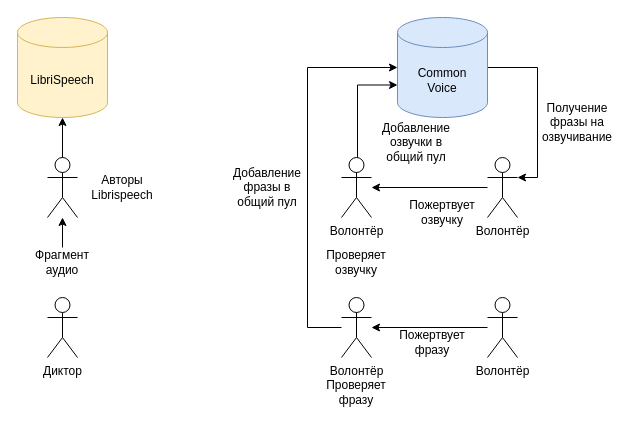
Before: images/drawio/LS_CV.drawio in Tomas542/Thesis, a draw.io diagram. Source tidied: cells renumbered, new cells numbered last; positions are measured from the earlier drawing's top-left corner, leaving out a move shared by most shapes. Both pictures are drawn from the tidied source at 100%, with x=0, y=0 at pixel (17, 17).
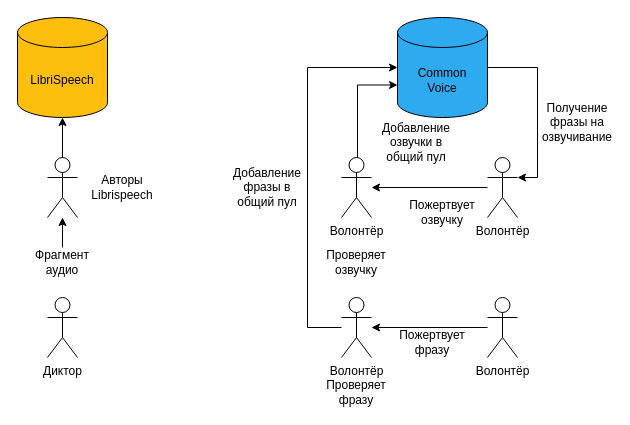
The same diagram, later.

Change to the diagram source:
```diff
@@
-    <mxCell id="5" value="LibriSpeech" style="shape=cylinder3;whiteSpace=wrap;html=1;boundedLbl=1;backgroundOutline=1;size=15;fillColor=#fff2cc;strokeColor=#d6b656;" parent="1" vertex="1">
+    <mxCell id="5" value="LibriSpeech" style="shape=cylinder3;whiteSpace=wrap;html=1;boundedLbl=1;backgroundOutline=1;size=15;fillColor=#FEBE0E;strokeColor=#000000;" parent="1" vertex="1">
       <mxGeometry width="90" height="100" as="geometry" />
     </mxCell>
@@
-    <mxCell id="17" value="Common&lt;div&gt;Voice&lt;/div&gt;" style="shape=cylinder3;whiteSpace=wrap;html=1;boundedLbl=1;backgroundOutline=1;size=15;fillColor=#dae8fc;strokeColor=#6c8ebf;" parent="1" vertex="1">
+    <mxCell id="17" value="Common&lt;div&gt;Voice&lt;/div&gt;" style="shape=cylinder3;whiteSpace=wrap;html=1;boundedLbl=1;backgroundOutline=1;size=15;fillColor=#2DAAF0;strokeColor=#000000;" parent="1" vertex="1">
       <mxGeometry x="380" width="90" height="100" as="geometry" />
     </mxCell>
```
